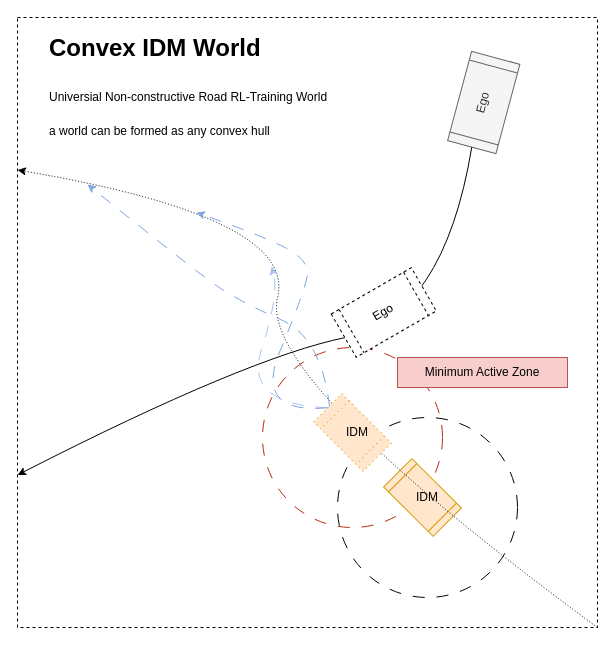
Above: IDM_world.drawio in shellyzhang2019/ScenarioComplexity (draw.io), before the change. Source tidied: cells renumbered, new cells numbered last; positions are measured from the earlier drawing's top-left corner, leaving out a move shared by most shapes. Both pictures are drawn from the tidied source at 100%, with x=0, y=0 at pixel (17, 17).
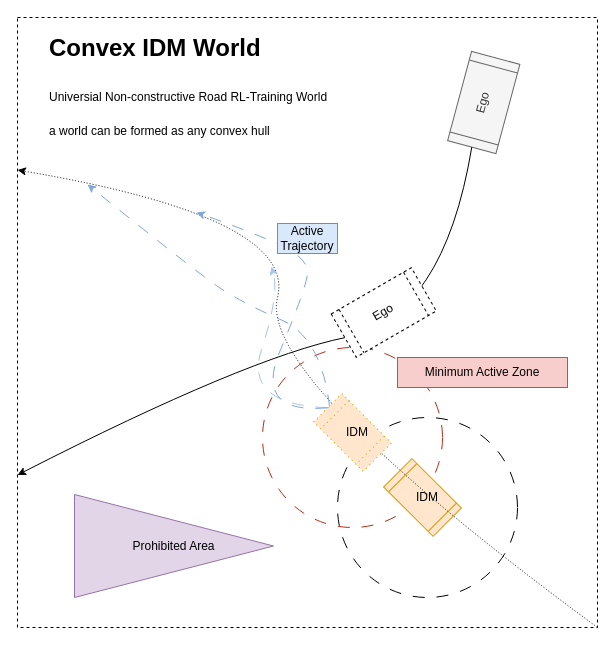
The same diagram, later.

Change to the diagram source:
```diff
@@
+    <mxCell id="18" value="Active Trajectory" style="text;html=1;align=center;verticalAlign=middle;whiteSpace=wrap;rounded=0;fillColor=#dae8fc;strokeColor=#6c8ebf;" parent="1" vertex="1">
+      <mxGeometry x="260" y="206" width="60" height="30" as="geometry" />
+    </mxCell>
+    <mxCell id="19" value="Prohibited Area" style="triangle;whiteSpace=wrap;html=1;fillColor=#e1d5e7;strokeColor=#9673a6;" parent="1" vertex="1">
+      <mxGeometry x="57" y="477" width="199" height="103" as="geometry" />
+    </mxCell>
```
